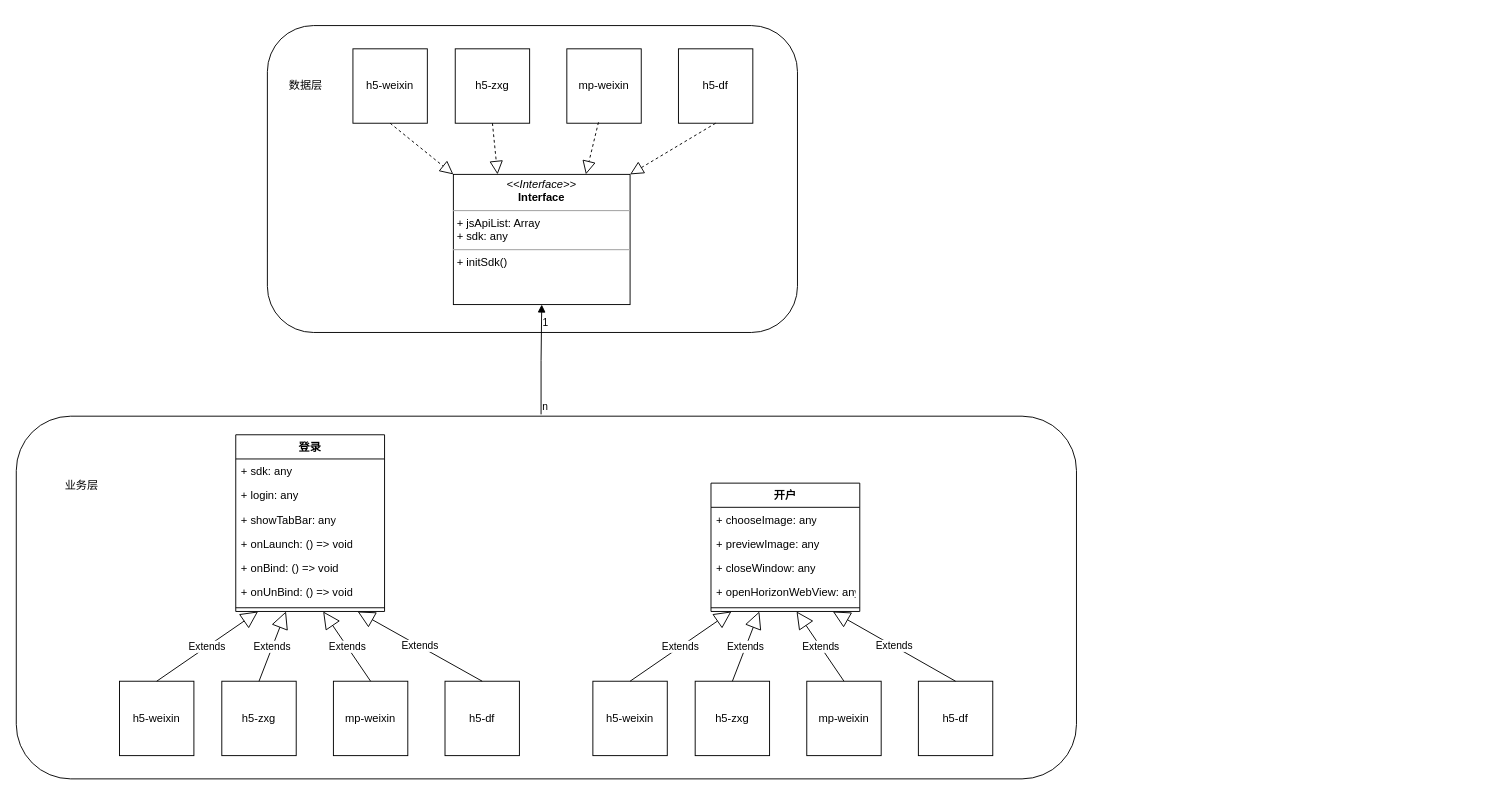
ios2014/ios-- keeps this draw.io diagram as page "第 2 页" (2 of 2) of 未命名绘图.drawio. Above is the earlier version. Source tidied: cells renumbered, new cells numbered last; positions are measured from the earlier drawing's top-left corner, leaving out a move shared by most shapes. Both pictures are drawn from the tidied source at 93%, with x=0, y=0 at pixel (16, 25).
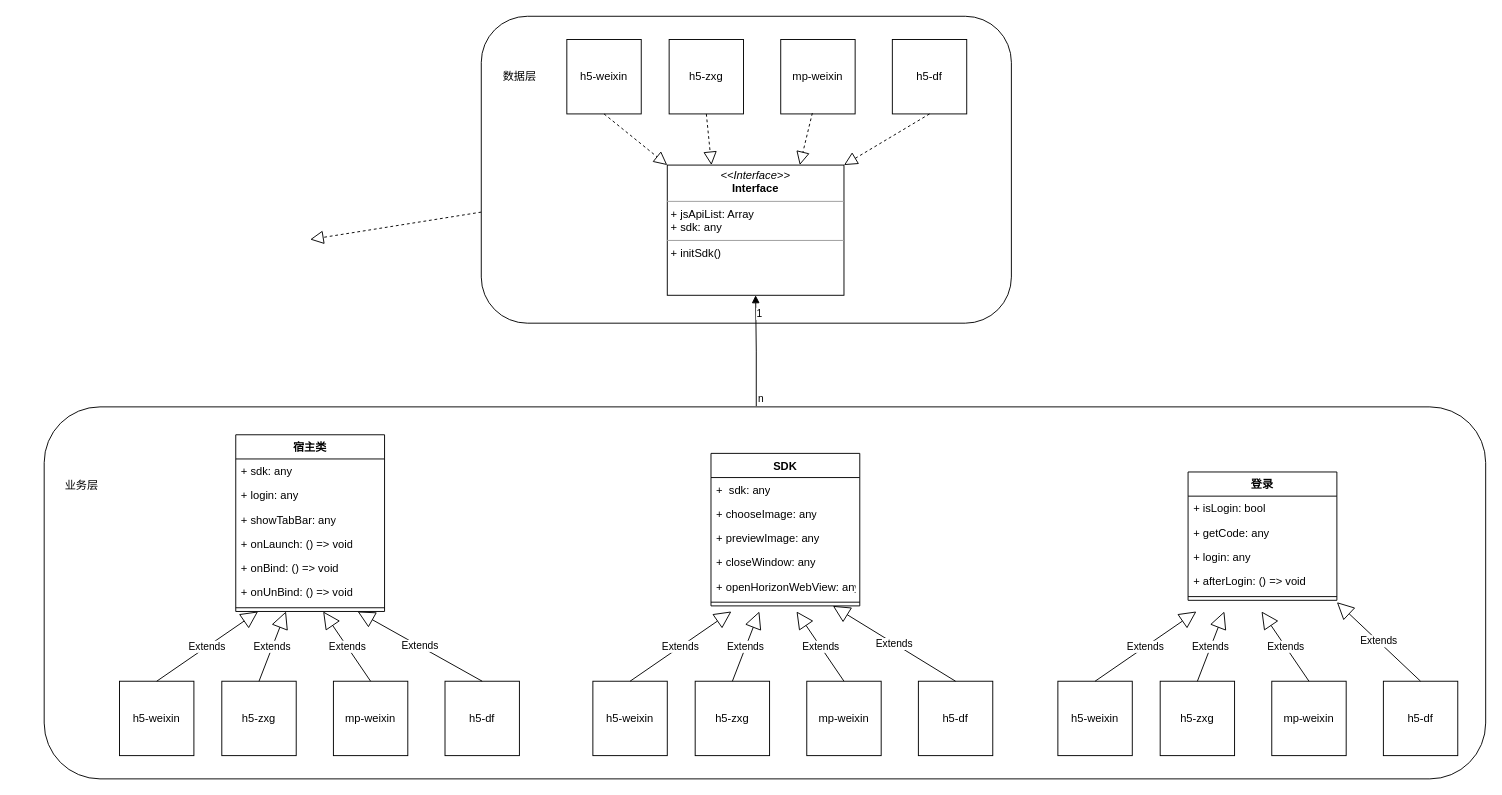
Above is the later version.

The edit, as a diff of the source:
```diff
@@
     <mxCell id="3" style="rounded=1;whiteSpace=wrap;html=1;" parent="1" vertex="1">
-      <mxGeometry y="420" width="1140" height="390" as="geometry" />
+      <mxGeometry x="30" y="410" width="1550" height="400" as="geometry" />
     </mxCell>
@@
     <mxCell id="7" style="rounded=1;whiteSpace=wrap;html=1;" parent="1" vertex="1">
-      <mxGeometry x="270" width="570" height="330" as="geometry" />
+      <mxGeometry x="500" y="-10" width="570" height="330" as="geometry" />
     </mxCell>
@@
     <mxCell id="10" value="h5-weixin" style="whiteSpace=wrap;html=1;" parent="1" vertex="1">
-      <mxGeometry x="362" y="25" width="80" height="80" as="geometry" />
+      <mxGeometry x="592" y="15" width="80" height="80" as="geometry" />
     </mxCell>
     <mxCell id="11" value="h5-zxg" style="whiteSpace=wrap;html=1;" parent="1" vertex="1">
-      <mxGeometry x="472" y="25" width="80" height="80" as="geometry" />
+      <mxGeometry x="702" y="15" width="80" height="80" as="geometry" />
     </mxCell>
     <mxCell id="12" value="mp-weixin" style="whiteSpace=wrap;html=1;" parent="1" vertex="1">
-      <mxGeometry x="592" y="25" width="80" height="80" as="geometry" />
+      <mxGeometry x="822" y="15" width="80" height="80" as="geometry" />
     </mxCell>
     <mxCell id="13" value="h5-df" style="whiteSpace=wrap;html=1;" parent="1" vertex="1">
-      <mxGeometry x="712" y="25" width="80" height="80" as="geometry" />
+      <mxGeometry x="942" y="15" width="80" height="80" as="geometry" />
     </mxCell>
     <mxCell id="14" value="数据层" style="text;html=1;align=center;verticalAlign=middle;strokeColor=none;fillColor=none;" parent="1" vertex="1">
-      <mxGeometry x="281" y="50" width="60" height="30" as="geometry" />
+      <mxGeometry x="511" y="40" width="60" height="30" as="geometry" />
     </mxCell>
     <mxCell id="15" value="&lt;p style=&quot;margin:0px;margin-top:4px;text-align:center;&quot;&gt;&lt;i&gt;&amp;lt;&amp;lt;Interface&amp;gt;&amp;gt;&lt;/i&gt;&lt;br&gt;&lt;b&gt;Interface&lt;/b&gt;&lt;/p&gt;&lt;hr size=&quot;1&quot;&gt;&lt;p style=&quot;margin:0px;margin-left:4px;&quot;&gt;+&amp;nbsp;jsApiList: Array&lt;/p&gt;&lt;p style=&quot;margin:0px;margin-left:4px;&quot;&gt;+&amp;nbsp;sdk:&amp;nbsp;any&lt;/p&gt;&lt;hr size=&quot;1&quot;&gt;&lt;p style=&quot;margin:0px;margin-left:4px;&quot;&gt;+&amp;nbsp;initSdk()&lt;/p&gt;" style="verticalAlign=top;align=left;overflow=fill;fontSize=12;fontFamily=Helvetica;html=1;whiteSpace=wrap;" parent="1" vertex="1">
-      <mxGeometry x="470" y="160" width="190" height="140" as="geometry" />
+      <mxGeometry x="700" y="150" width="190" height="140" as="geometry" />
     </mxCell>
-    <mxCell id="16" value="登录" style="swimlane;fontStyle=1;align=center;verticalAlign=top;horizontal=1;startSize=26;whiteSpace=wrap;html=1;" parent="1" vertex="1">
+    <mxCell id="16" value="宿主类" style="swimlane;fontStyle=1;align=center;verticalAlign=top;horizontal=1;startSize=26;whiteSpace=wrap;html=1;" parent="1" vertex="1">
       <mxGeometry x="236" y="440" width="160" height="190" as="geometry" />
     </mxCell>
@@
-    <mxCell id="24" style="endArrow=block;endFill=1;html=1;edgeStyle=orthogonalEdgeStyle;align=left;verticalAlign=top;rounded=0;entryX=0.5;entryY=1;entryDx=0;entryDy=0;exitX=0.495;exitY=-0.005;exitDx=0;exitDy=0;exitPerimeter=0;" parent="1" edge="1" source="3" target="15">
+    <mxCell id="24" style="endArrow=block;endFill=1;html=1;edgeStyle=orthogonalEdgeStyle;align=left;verticalAlign=top;rounded=0;entryX=0.5;entryY=1;entryDx=0;entryDy=0;exitX=0.494;exitY=-0.002;exitDx=0;exitDy=0;exitPerimeter=0;" parent="1" edge="1" source="3" target="15">
       <mxGeometry x="-1" relative="1" as="geometry" />
     </mxCell>
@@
-    <mxCell id="39" value="开户" style="swimlane;fontStyle=1;align=center;verticalAlign=top;horizontal=1;startSize=26;whiteSpace=wrap;html=1;" parent="1" vertex="1">
-      <mxGeometry x="747" y="492" width="160" height="138" as="geometry" />
+    <mxCell id="39" value="SDK" style="swimlane;fontStyle=1;align=center;verticalAlign=top;horizontal=1;startSize=26;whiteSpace=wrap;html=1;" parent="1" vertex="1">
+      <mxGeometry x="747" y="460" width="160" height="164" as="geometry" />
     </mxCell>
-    <mxCell id="40" value="+&amp;nbsp;chooseImage:&amp;nbsp;any" style="text;strokeColor=none;fillColor=none;align=left;verticalAlign=top;spacingLeft=4;spacingRight=4;overflow=hidden;whiteSpace=wrap;html=1;" parent="39" vertex="1">
+    <mxCell id="40" value="+ &amp;nbsp;sdk:&amp;nbsp;any" style="text;strokeColor=none;fillColor=none;align=left;verticalAlign=top;spacingLeft=4;spacingRight=4;overflow=hidden;whiteSpace=wrap;html=1;" parent="39" vertex="1">
       <mxGeometry y="26" width="160" height="26" as="geometry" />
     </mxCell>
+    <mxCell id="49" value="+&amp;nbsp;chooseImage:&amp;nbsp;any" style="text;strokeColor=none;fillColor=none;align=left;verticalAlign=top;spacingLeft=4;spacingRight=4;overflow=hidden;whiteSpace=wrap;html=1;" parent="39" vertex="1">
+      <mxGeometry y="52" width="160" height="26" as="geometry" />
+    </mxCell>
     <mxCell id="41" value="+&amp;nbsp;previewImage:&amp;nbsp;any" style="text;strokeColor=none;fillColor=none;align=left;verticalAlign=top;spacingLeft=4;spacingRight=4;overflow=hidden;whiteSpace=wrap;html=1;" parent="39" vertex="1">
-      <mxGeometry y="52" width="160" height="26" as="geometry" />
+      <mxGeometry y="78" width="160" height="26" as="geometry" />
     </mxCell>
     <mxCell id="42" value="+&amp;nbsp;closeWindow:&amp;nbsp;any" style="text;strokeColor=none;fillColor=none;align=left;verticalAlign=top;spacingLeft=4;spacingRight=4;overflow=hidden;whiteSpace=wrap;html=1;" parent="39" vertex="1">
-      <mxGeometry y="78" width="160" height="26" as="geometry" />
+      <mxGeometry y="104" width="160" height="26" as="geometry" />
     </mxCell>
     <mxCell id="43" value="+&amp;nbsp;openHorizonWebView:&amp;nbsp;any" style="text;strokeColor=none;fillColor=none;align=left;verticalAlign=top;spacingLeft=4;spacingRight=4;overflow=hidden;whiteSpace=wrap;html=1;" parent="39" vertex="1">
-      <mxGeometry y="104" width="160" height="26" as="geometry" />
+      <mxGeometry y="130" width="160" height="26" as="geometry" />
     </mxCell>
     <mxCell id="44" style="line;strokeWidth=1;fillColor=none;align=left;verticalAlign=middle;spacingTop=-1;spacingLeft=3;spacingRight=3;labelPosition=right;points=[];portConstraint=eastwest;strokeColor=inherit;" parent="39" vertex="1">
-      <mxGeometry y="130" width="160" height="8" as="geometry" />
+      <mxGeometry y="156" width="160" height="8" as="geometry" />
     </mxCell>
@@
+    <mxCell id="50" value="h5-weixin" style="whiteSpace=wrap;html=1;" parent="1" vertex="1">
+      <mxGeometry x="1120" y="705" width="80" height="80" as="geometry" />
+    </mxCell>
+    <mxCell id="51" value="h5-zxg" style="whiteSpace=wrap;html=1;" parent="1" vertex="1">
+      <mxGeometry x="1230" y="705" width="80" height="80" as="geometry" />
+    </mxCell>
+    <mxCell id="52" value="mp-weixin" style="whiteSpace=wrap;html=1;" parent="1" vertex="1">
+      <mxGeometry x="1350" y="705" width="80" height="80" as="geometry" />
+    </mxCell>
+    <mxCell id="53" value="h5-df" style="whiteSpace=wrap;html=1;" parent="1" vertex="1">
+      <mxGeometry x="1470" y="705" width="80" height="80" as="geometry" />
+    </mxCell>
+    <mxCell id="54" value="登录" style="swimlane;fontStyle=1;align=center;verticalAlign=top;horizontal=1;startSize=26;whiteSpace=wrap;html=1;" parent="1" vertex="1">
+      <mxGeometry x="1260" y="480" width="160" height="138" as="geometry" />
+    </mxCell>
+    <mxCell id="55" value="+&amp;nbsp;isLogin: bool" style="text;strokeColor=none;fillColor=none;align=left;verticalAlign=top;spacingLeft=4;spacingRight=4;overflow=hidden;whiteSpace=wrap;html=1;" parent="54" vertex="1">
+      <mxGeometry y="26" width="160" height="26" as="geometry" />
+    </mxCell>
+    <mxCell id="56" value="+&amp;nbsp;getCode:&amp;nbsp;any" style="text;strokeColor=none;fillColor=none;align=left;verticalAlign=top;spacingLeft=4;spacingRight=4;overflow=hidden;whiteSpace=wrap;html=1;" parent="54" vertex="1">
+      <mxGeometry y="52" width="160" height="26" as="geometry" />
+    </mxCell>
+    <mxCell id="57" value="+&amp;nbsp;login:&amp;nbsp;any" style="text;strokeColor=none;fillColor=none;align=left;verticalAlign=top;spacingLeft=4;spacingRight=4;overflow=hidden;whiteSpace=wrap;html=1;" parent="54" vertex="1">
+      <mxGeometry y="78" width="160" height="26" as="geometry" />
+    </mxCell>
+    <mxCell id="58" value="+&amp;nbsp;afterLogin: () =&amp;gt; void" style="text;strokeColor=none;fillColor=none;align=left;verticalAlign=top;spacingLeft=4;spacingRight=4;overflow=hidden;whiteSpace=wrap;html=1;" parent="54" vertex="1">
+      <mxGeometry y="104" width="160" height="26" as="geometry" />
+    </mxCell>
+    <mxCell id="59" style="line;strokeWidth=1;fillColor=none;align=left;verticalAlign=middle;spacingTop=-1;spacingLeft=3;spacingRight=3;labelPosition=right;strokeColor=inherit;" parent="54" vertex="1">
+      <mxGeometry y="130" width="160" height="8" as="geometry" />
+    </mxCell>
+    <mxCell id="60" value="Extends" style="endArrow=block;endSize=16;endFill=0;html=1;rounded=0;exitX=0.5;exitY=0;exitDx=0;exitDy=0;" parent="1" edge="1" source="52">
+      <mxGeometry relative="1" as="geometry">
+        <mxPoint x="1339" y="630" as="targetPoint" />
+      </mxGeometry>
+    </mxCell>
+    <mxCell id="61" value="Extends" style="endArrow=block;endSize=16;endFill=0;html=1;rounded=0;exitX=0.5;exitY=0;exitDx=0;exitDy=0;" parent="1" edge="1" source="51">
+      <mxGeometry relative="1" as="geometry">
+        <mxPoint x="1299" y="630" as="targetPoint" />
+      </mxGeometry>
+    </mxCell>
+    <mxCell id="62" value="Extends" style="endArrow=block;endSize=16;endFill=0;html=1;rounded=0;exitX=0.5;exitY=0;exitDx=0;exitDy=0;" parent="1" edge="1" source="53">
+      <mxGeometry relative="1" as="geometry">
+        <mxPoint x="1420" y="620" as="targetPoint" />
+      </mxGeometry>
+    </mxCell>
+    <mxCell id="63" value="Extends" style="endArrow=block;endSize=16;endFill=0;html=1;rounded=0;exitX=0.5;exitY=0;exitDx=0;exitDy=0;" parent="1" edge="1" source="50">
+      <mxGeometry relative="1" as="geometry">
+        <mxPoint x="1269" y="630" as="targetPoint" />
+      </mxGeometry>
+    </mxCell>
```
